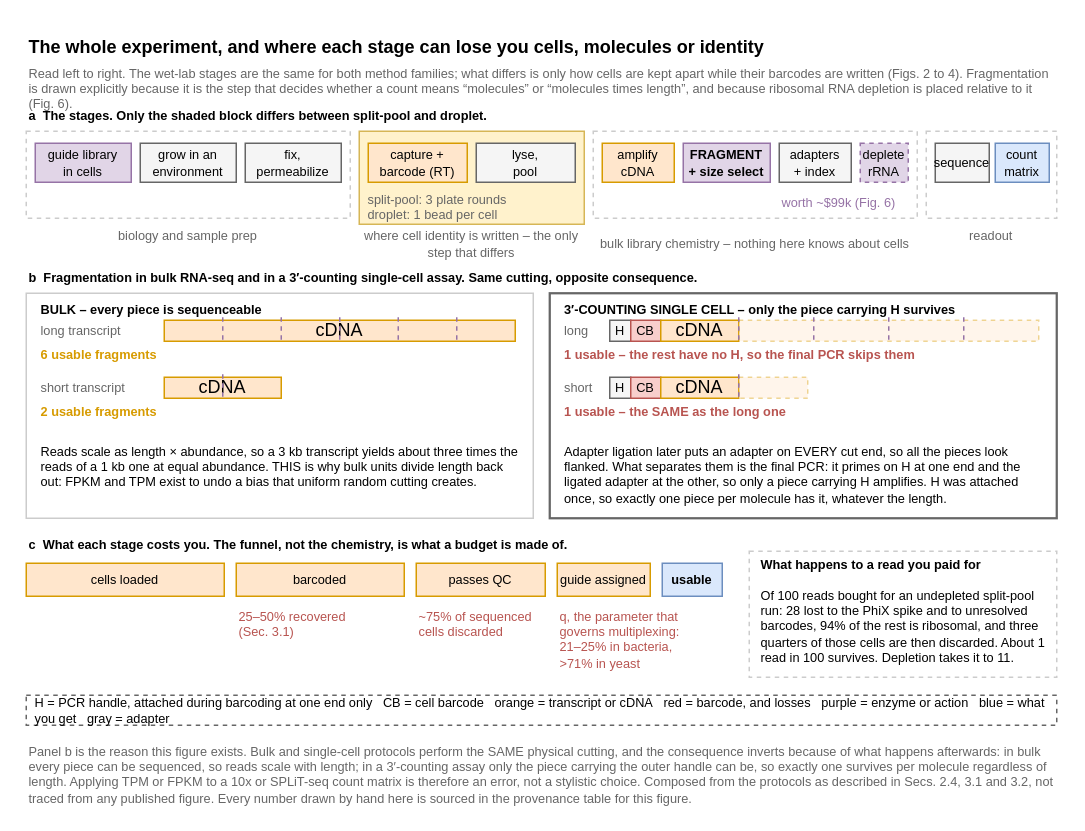
The draw.io diagram notes/assets/drawio/perturb-seq-workflow.drawio in Mjvolk3/torchcell, before the edit. Source tidied: cells renumbered, new cells numbered last; positions are measured from the earlier drawing's top-left corner, leaving out a move shared by most shapes. Both pictures are drawn from the tidied source at 150%, with x=0, y=0 at pixel (26, 26).
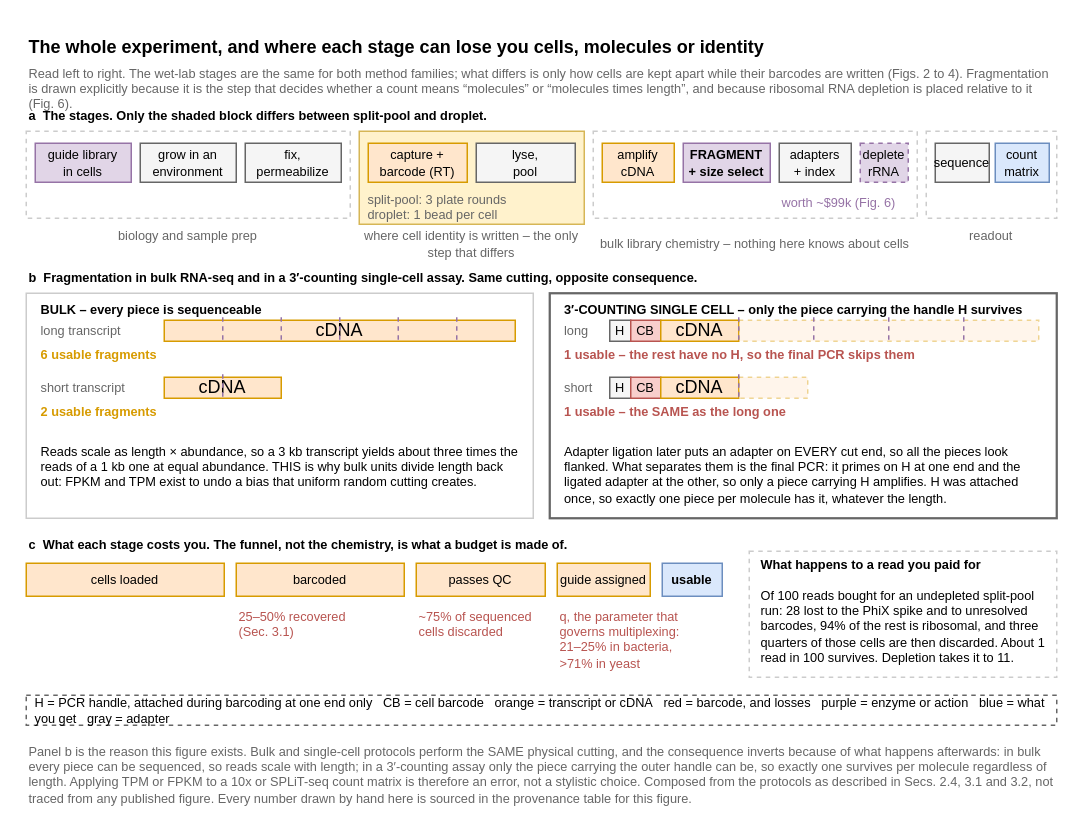
Above is the later version.

Change to the diagram source:
```diff
@@
-    <mxCell id="43" value="3′-COUNTING SINGLE CELL – only the piece carrying H survives" style="text;html=1;whiteSpace=wrap;align=left;verticalAlign=middle;fontFamily=Arial;fontSize=8.5;fontStyle=1;" parent="1" vertex="1">
+    <mxCell id="43" value="3′-COUNTING SINGLE CELL – only the piece carrying the handle H survives" style="text;html=1;whiteSpace=wrap;align=left;verticalAlign=middle;fontFamily=Arial;fontSize=8.5;fontStyle=1;" parent="1" vertex="1">
       <mxGeometry x="357" y="184" width="322" height="10" as="geometry" />
     </mxCell>
```
